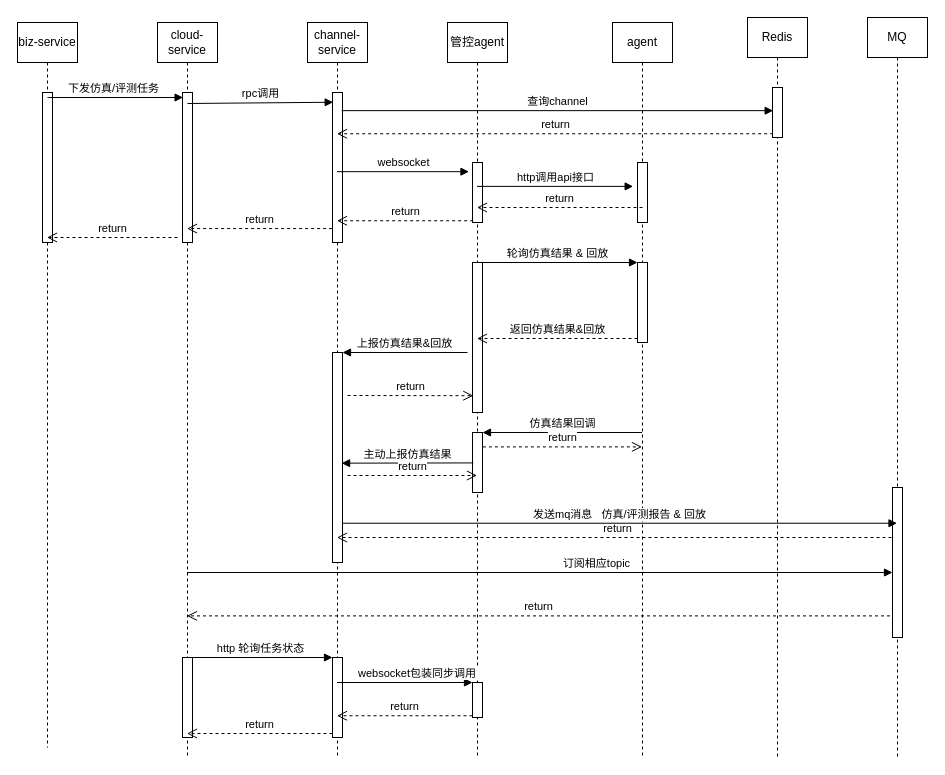
Earlier version of the draw.io diagram page "第 1 页" (2 of 4) of 调度时序图.drawio (adwars/adwars). Source tidied: cells renumbered, new cells numbered last; positions are measured from the earlier drawing's top-left corner, leaving out a move shared by most shapes. Both pictures are drawn from the tidied source at 100%, with x=0, y=0 at pixel (17, 17).
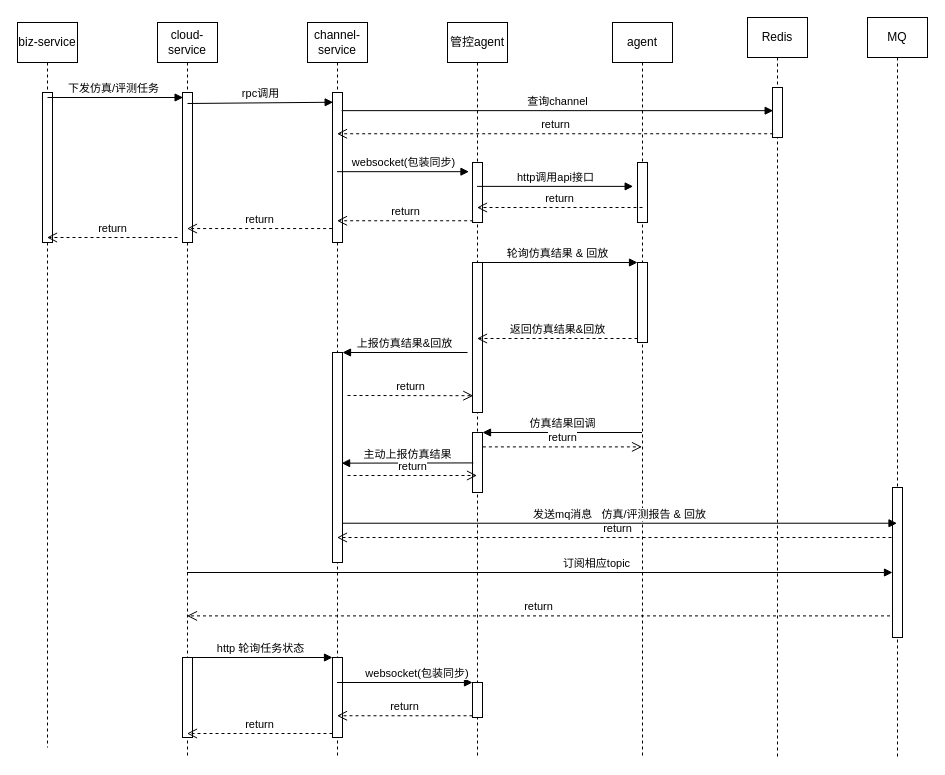
The same diagram, later.

Unchanged cells that the change refers to:
```xml
<mxCell id="5" value="channel-service" style="shape=umlLifeline;perimeter=lifelinePerimeter;whiteSpace=wrap;html=1;outlineConnect=0;" parent="1" vertex="1">
  <mxGeometry x="290" y="5" width="60" height="735" as="geometry" />
</mxCell>
<mxCell id="10" style="html=1;points=[];perimeter=orthogonalPerimeter;" parent="9" vertex="1">
  <mxGeometry x="25" y="140" width="10" height="60" as="geometry" />
</mxCell>
<mxCell id="13" style="html=1;points=[];perimeter=orthogonalPerimeter;" parent="9" vertex="1">
  <mxGeometry x="25" y="660" width="10" height="35" as="geometry" />
</mxCell>
```

Diff of the diagram source:
```diff
@@
-    <mxCell id="21" value="websocket" style="html=1;verticalAlign=bottom;endArrow=block;entryX=-0.353;entryY=0.153;rounded=0;entryDx=0;entryDy=0;entryPerimeter=0;" parent="1" edge="1" source="5" target="10">
+    <mxCell id="21" value="websocket(包装同步)" style="html=1;verticalAlign=bottom;endArrow=block;entryX=-0.353;entryY=0.153;rounded=0;entryDx=0;entryDy=0;entryPerimeter=0;" parent="1" edge="1" source="5" target="10">
       <mxGeometry relative="1" as="geometry" />
     </mxCell>
@@
-    <mxCell id="45" value="websocket包装同步调用&amp;nbsp;" style="html=1;verticalAlign=bottom;endArrow=block;entryX=0;entryY=0;rounded=0;startSize=6;endSize=6;" parent="1" edge="1" source="5" target="13">
+    <mxCell id="45" value="websocket(包装同步)&amp;nbsp;" style="html=1;verticalAlign=bottom;endArrow=block;entryX=0;entryY=0;rounded=0;startSize=6;endSize=6;" parent="1" edge="1" source="5" target="13">
       <mxGeometry x="0.19" relative="1" as="geometry" />
     </mxCell>
```
